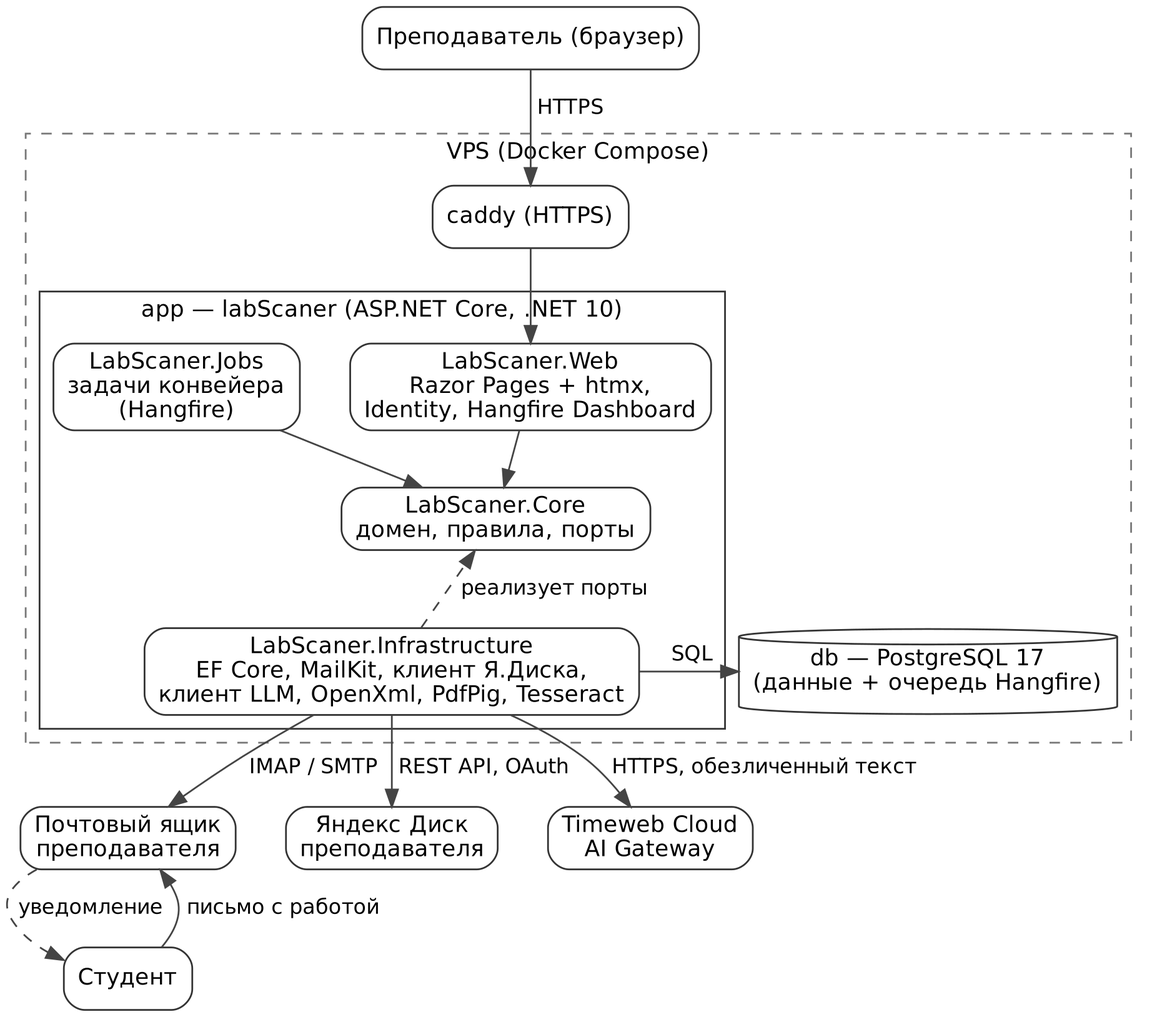
Kandaulov/labScaner keeps this Graphviz diagram as docs/passport/arch.png. Above is the earlier version. Its source is kept beside it as docs/passport/arch.dot. Its diagram source:
```dot
digraph G {
  graph [rankdir=TB, fontname="DejaVu Sans", fontsize=13, nodesep=0.4, ranksep=0.45, dpi=200, newrank=true];
  node  [shape=box, style="rounded", fontname="DejaVu Sans", fontsize=13, color="#333333"];
  edge  [fontname="DejaVu Sans", fontsize=12, color="#444444"];
  t  [label="Преподаватель (браузер)"];
  subgraph cluster_vps {
    label="VPS (Docker Compose)"; style="dashed"; color="#777777";
    caddy [label="caddy (HTTPS)"];
    subgraph cluster_app {
      label="app — labScaner (ASP.NET Core, .NET 10)"; style="solid"; color="#333333";
      web   [label="LabScaner.Web\nRazor Pages + htmx,\nIdentity, Hangfire Dashboard"];
      jobs  [label="LabScaner.Jobs\nзадачи конвейера\n(Hangfire)"];
      core  [label="LabScaner.Core\nдомен, правила, порты"];
      infra [label="LabScaner.Infrastructure\nEF Core, MailKit, клиент Я.Диска,\nклиент LLM, OpenXml, PdfPig, Tesseract"];
    }
    db [label="db — PostgreSQL 17\n(данные + очередь Hangfire)", shape=cylinder, style=""];
  }
  mail [label="Почтовый ящик\nпреподавателя"];
  disk [label="Яндекс Диск\nпреподавателя"];
  llm  [label="Timeweb Cloud\nAI Gateway"];
  st   [label="Студент"];
  t -> caddy [label=" HTTPS"]; caddy -> web;
  web -> core; jobs -> core; infra -> core [style=dashed, label=" реализует порты"];
  {rank=same; web; jobs}
  core -> db [style=invis];
  infra -> db [label=" SQL"];
  infra -> mail [label=" IMAP / SMTP"];
  infra -> disk [label=" REST API, OAuth"];
  infra -> llm [label=" HTTPS, обезличенный текст"];
  st -> mail [label=" письмо с работой"];
  mail -> st [label=" уведомление", style=dashed];
  {rank=same; mail; disk; llm}
  {rank=same; infra; db}
}
```
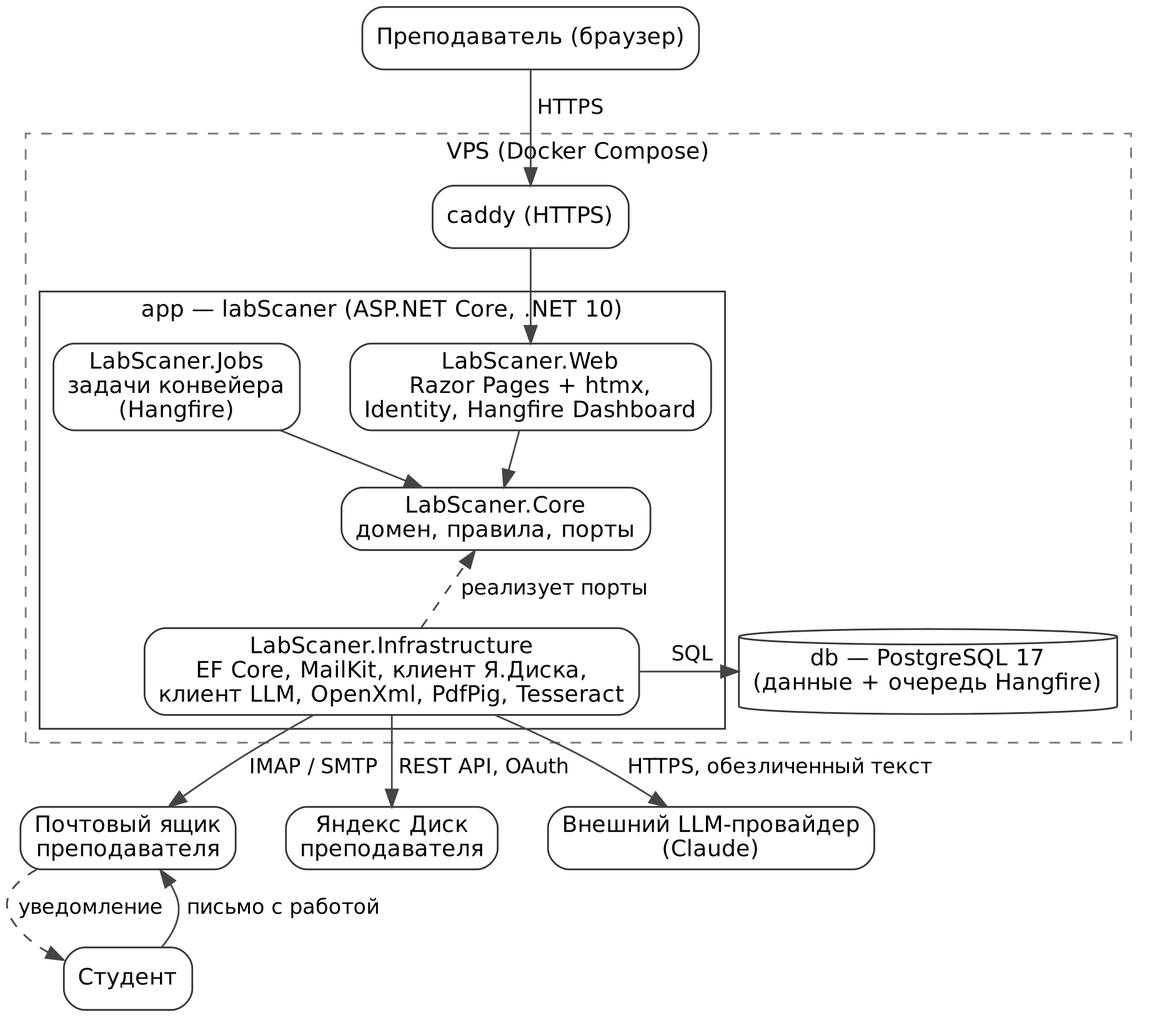
The same diagram one commit later.

The edit, as a diff of the source:
```diff
@@ -17,7 +17,7 @@
   }
   mail [label="Почтовый ящик\nпреподавателя"];
   disk [label="Яндекс Диск\nпреподавателя"];
-  llm  [label="Timeweb Cloud\nAI Gateway"];
+  llm  [label="Внешний LLM-провайдер\n(Claude)"];
   st   [label="Студент"];
   t -> caddy [label=" HTTPS"]; caddy -> web;
   web -> core; jobs -> core; infra -> core [style=dashed, label=" реализует порты"];
```
